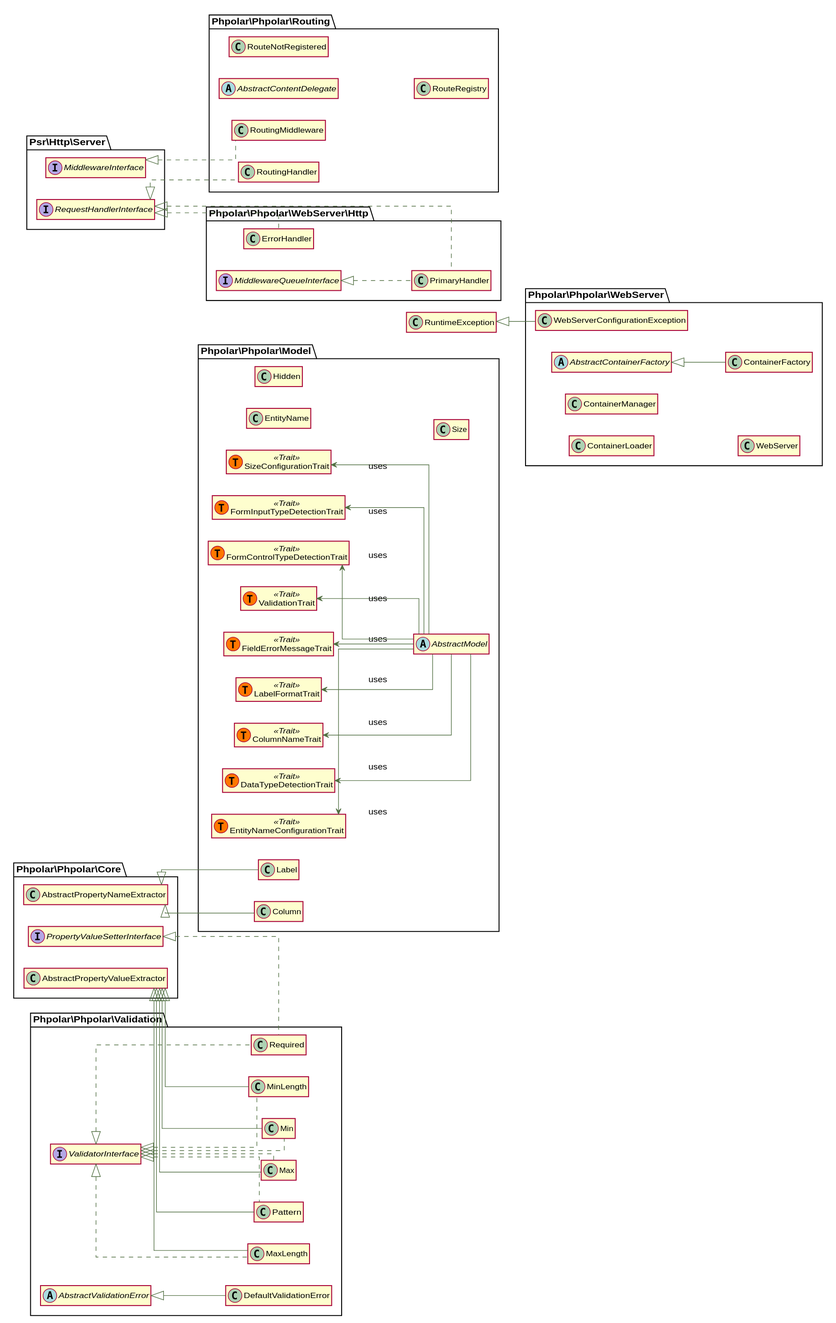
Before: docs/graphs/classes.svg, a diagram exported from PlantUML (phpolar/phpolar).
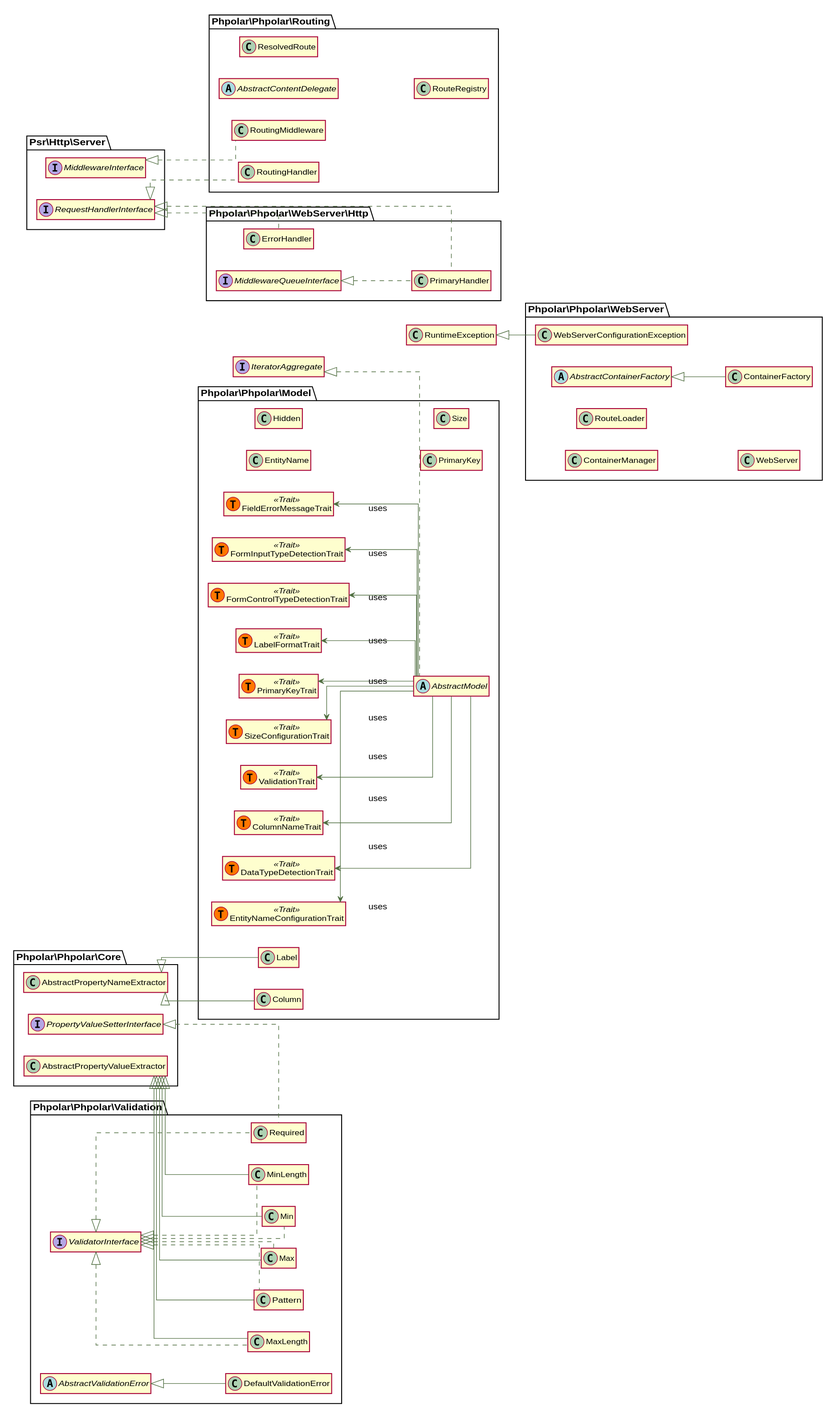
The same file after the commit.

The edit, as a diff of the source:
```diff
@@ -12,17 +12,18 @@
 left to right direction
 set namespaceSeparator \\
 
-\\Phpolar\\Phpolar\\Model\\ValidationTrait <-- \\Phpolar\\Phpolar\\Model\\AbstractModel : uses
-\\Phpolar\\Phpolar\\Model\\FieldErrorMessageTrait <-- \\Phpolar\\Phpolar\\Model\\AbstractModel : uses
-\\Phpolar\\Phpolar\\Model\\LabelFormatTrait <-- \\Phpolar\\Phpolar\\Model\\AbstractModel : uses
 \\Phpolar\\Phpolar\\Model\\ColumnNameTrait <-- \\Phpolar\\Phpolar\\Model\\AbstractModel : uses
 \\Phpolar\\Phpolar\\Model\\DataTypeDetectionTrait <-- \\Phpolar\\Phpolar\\Model\\AbstractModel : uses
 \\Phpolar\\Phpolar\\Model\\EntityNameConfigurationTrait <-- \\Phpolar\\Phpolar\\Model\\AbstractModel : uses
-\\Phpolar\\Phpolar\\Model\\SizeConfigurationTrait <-- \\Phpolar\\Phpolar\\Model\\AbstractModel : uses
+\\Phpolar\\Phpolar\\Model\\FieldErrorMessageTrait <-- \\Phpolar\\Phpolar\\Model\\AbstractModel : uses
 \\Phpolar\\Phpolar\\Model\\FormInputTypeDetectionTrait <-- \\Phpolar\\Phpolar\\Model\\AbstractModel : uses
 \\Phpolar\\Phpolar\\Model\\FormControlTypeDetectionTrait <-- \\Phpolar\\Phpolar\\Model\\AbstractModel : uses
+\\Phpolar\\Phpolar\\Model\\LabelFormatTrait <-- \\Phpolar\\Phpolar\\Model\\AbstractModel : uses
+\\Phpolar\\Phpolar\\Model\\PrimaryKeyTrait <-- \\Phpolar\\Phpolar\\Model\\AbstractModel : uses
+\\Phpolar\\Phpolar\\Model\\SizeConfigurationTrait <-- \\Phpolar\\Phpolar\\Model\\AbstractModel : uses
+\\Phpolar\\Phpolar\\Model\\ValidationTrait <-- \\Phpolar\\Phpolar\\Model\\AbstractModel : uses
 
-abstract class \\Phpolar\\Phpolar\\Model\\AbstractModel {
+abstract class \\Phpolar\\Phpolar\\Model\\AbstractModel implements \\IteratorAggregate {
 }
 
 class \\Phpolar\\Phpolar\\Model\\Column extends \\Phpolar\\Phpolar\\Core\\AbstractPropertyNameExtractor {
@@ -35,6 +36,9 @@
 }
 
 class \\Phpolar\\Phpolar\\Model\\Label extends \\Phpolar\\Phpolar\\Core\\AbstractPropertyNameExtractor {
+}
+
+class \\Phpolar\\Phpolar\\Model\\PrimaryKey {
 }
 
 class \\Phpolar\\Phpolar\\Model\\Size {
@@ -61,6 +65,9 @@
 class \\Phpolar\\Phpolar\\Model\\LabelFormatTrait << (T,#FF7700) Trait >> {
 }
 
+class \\Phpolar\\Phpolar\\Model\\PrimaryKeyTrait << (T,#FF7700) Trait >> {
+}
+
 class \\Phpolar\\Phpolar\\Model\\SizeConfigurationTrait << (T,#FF7700) Trait >> {
 }
 
@@ -70,7 +77,7 @@
 abstract class \\Phpolar\\Phpolar\\Routing\\AbstractContentDelegate {
 }
 
-class \\Phpolar\\Phpolar\\Routing\\RouteNotRegistered {
+class \\Phpolar\\Phpolar\\Routing\\ResolvedRoute {
 }
 
 class \\Phpolar\\Phpolar\\Routing\\RouteRegistry {
@@ -115,10 +122,10 @@
 class \\Phpolar\\Phpolar\\WebServer\\ContainerFactory extends \\Phpolar\\Phpolar\\WebServer\\AbstractContainerFactory {
 }
 
-class \\Phpolar\\Phpolar\\WebServer\\ContainerLoader {
+class \\Phpolar\\Phpolar\\WebServer\\ContainerManager {
 }
 
-class \\Phpolar\\Phpolar\\WebServer\\ContainerManager {
+class \\Phpolar\\Phpolar\\WebServer\\RouteLoader {
 }
 
 class \\Phpolar\\Phpolar\\WebServer\\WebServer {
```
